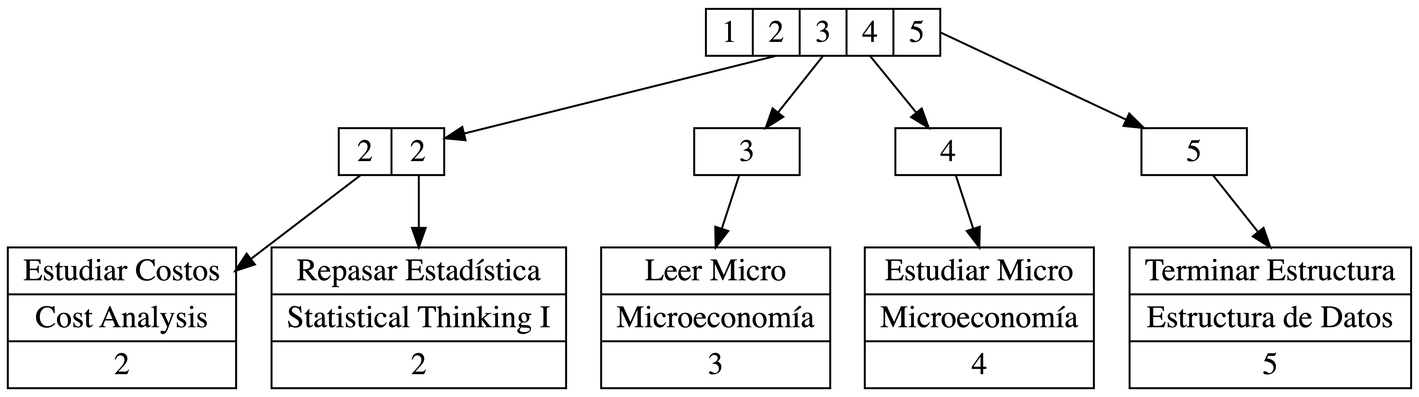
Earlier version of the Graphviz export graphviz/tree.png (Danisnowman/Pomodoro-Timer). Its source is kept beside it as graphviz/tree.dot. Source of this version:
```dot
digraph g {
	graph [
    rankdir = "TB"
    splines=line
    dpi = 450
    ];
node [shape = record,height=.1,fontsize = "16"];

array0[label = "<f0> 1| <f1> 2| <f2> 3|<f3> 4| <f4> 5"];

    "node1" [
    label = "{<f0> Terminar Estructura | Estructura de Datos | 5 }"
    ];
    "node2" [
    label = "{<f0> Estudiar Micro | Microeconomía | 4 }"
    ];
    "node3" [
    label = "{<f0> Leer Micro | Microeconomía | 3 }"
    ];
    "node4" [
    label = "{<f0> Estudiar Costos | Cost Analysis | 2 }"
    ];
    "node5" [
    label = "{<f0> Repasar Estadística | Statistical Thinking I | 2 }"
    ];

    array1[label = "<f0> 2| <f1> 2"];
    array2[label = "<f0> 3"];
    array3[label = "<f0> 4"];
    array4[label = "<f0> 5"];


    {rank=same; node1;node2;node3;node4}

    "array0":f4 -> "array4" -> "node1":f0 [
    id = 0
    ];
    "array0":f3 -> "array3" -> "node2":f0 [
    id = 1
    ];
    "array0":f2 -> "array2" -> "node3":f0 [
    id = 2
    ];
    "array0":f1 -> "array1" -> "node4":f0 [
    id = 3
    ];
 	"array1":f1 -> "node5":f0 [
    id = 4
    ];



}
```
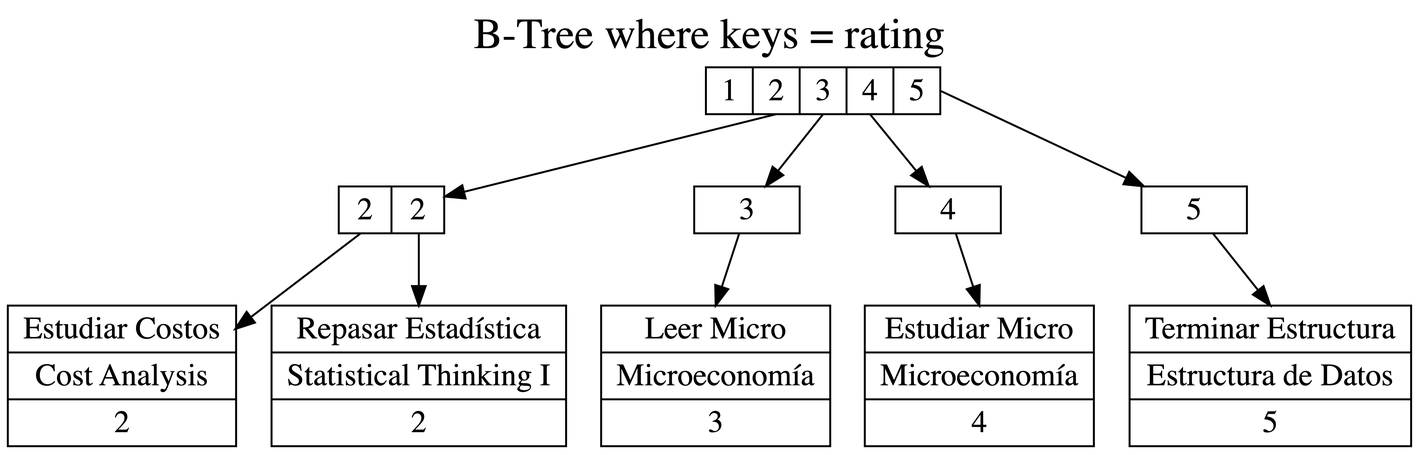
The same file after the commit.

The edit, as a diff of the source:
```diff
@@ -5,7 +5,8 @@
     dpi = 450
     ];
 node [shape = record,height=.1,fontsize = "16"];
-
+labelloc="t";
+    label= <<u>B-Tree where keys = rating</u>>; fontsize=22;
 array0[label = "<f0> 1| <f1> 2| <f2> 3|<f3> 4| <f4> 5"];
 
     "node1" [
```
